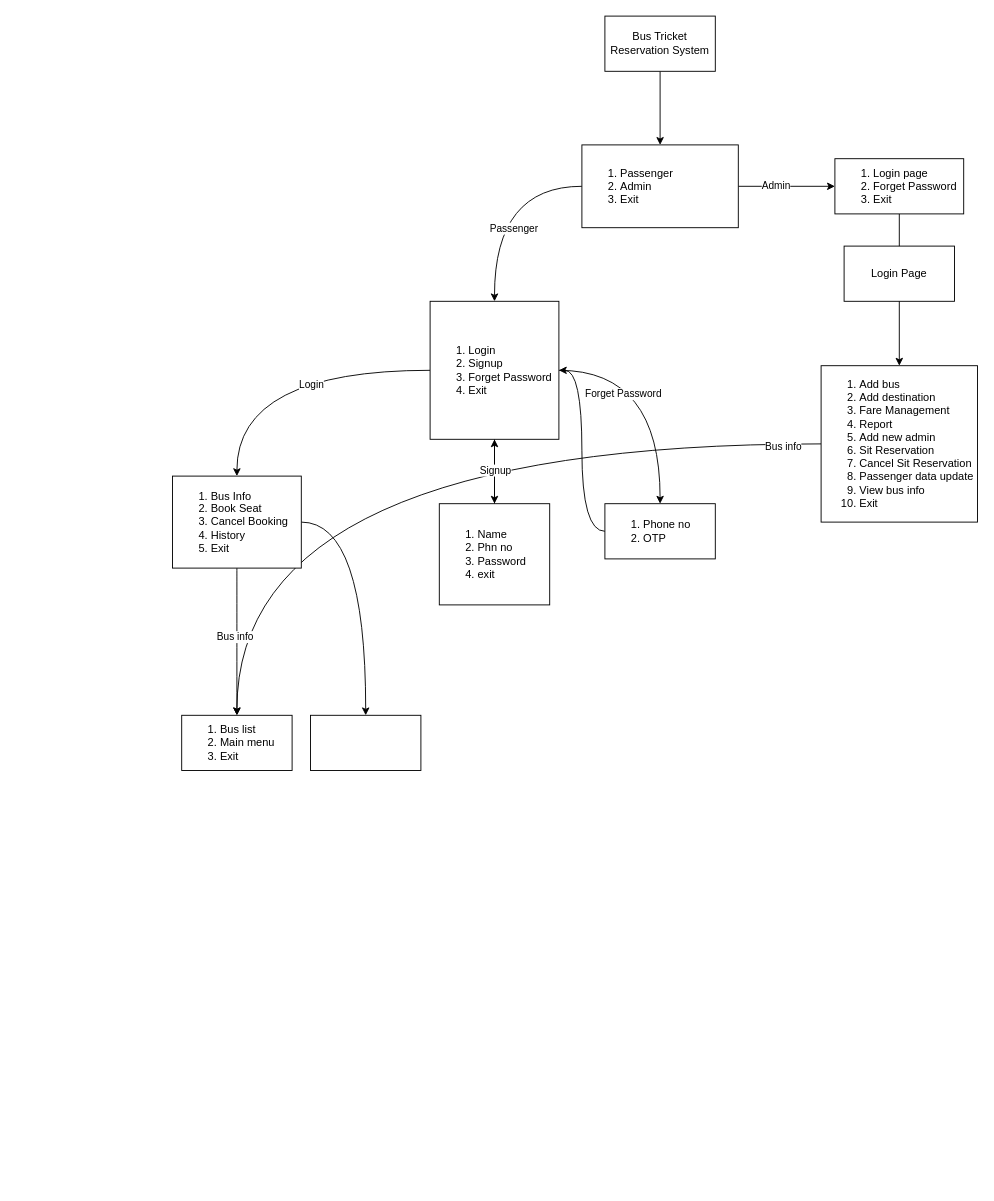
Earlier version of the draw.io diagram Capstone_Project.drawio (chowdhoury/Capstone_Project). Source tidied: cells renumbered, new cells numbered last; positions are measured from the earlier drawing's top-left corner, leaving out a move shared by most shapes. Both pictures are drawn from the tidied source at 92%, with x=0, y=0 at pixel (172, 16).
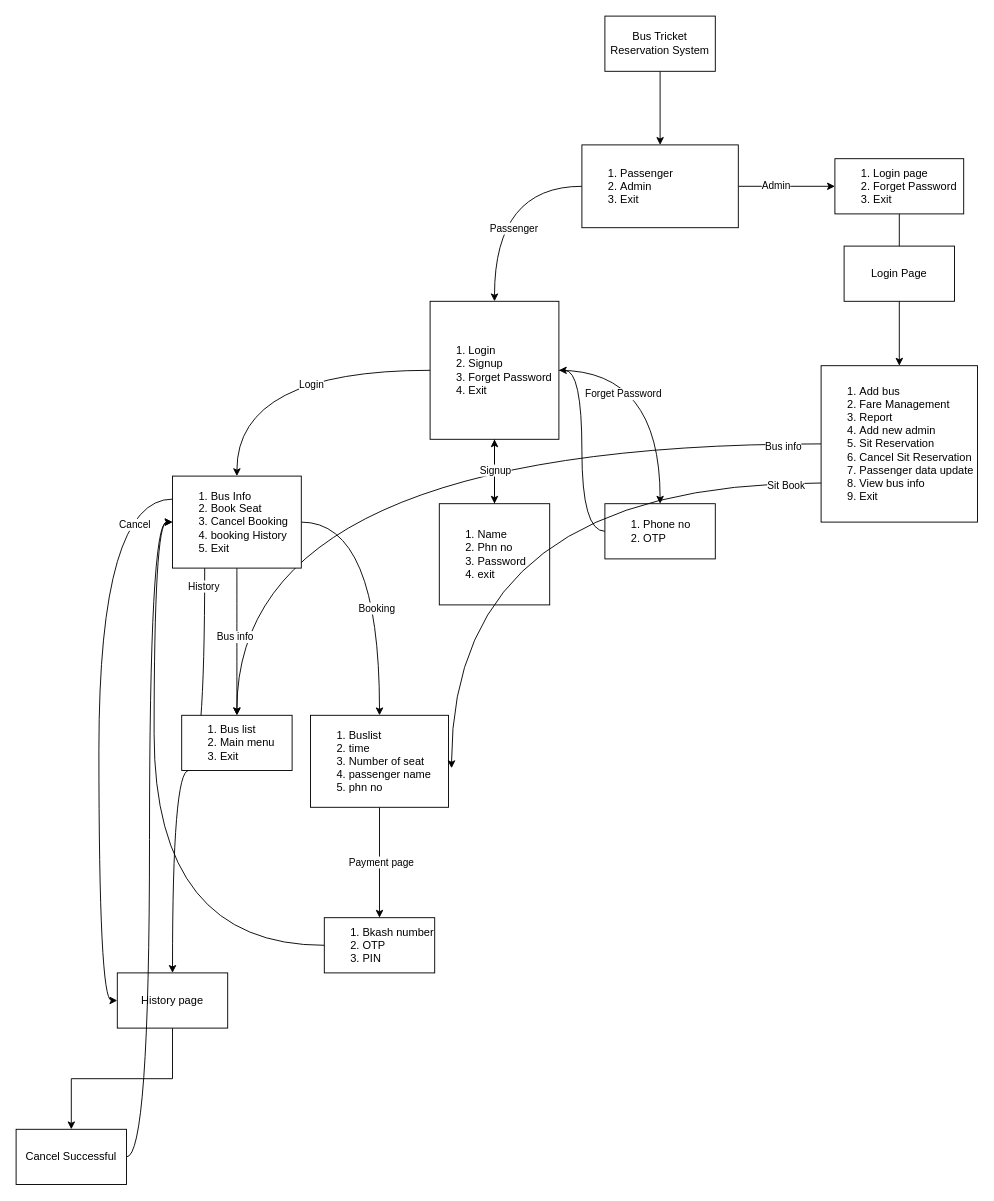
The same page after the edit.

Unchanged cells that the change refers to:
```xml
<mxCell id="23" style="edgeStyle=orthogonalEdgeStyle;rounded=0;jettySize=auto;html=1;curved=1;" parent="1" edge="1" source="24" target="31">
  <mxGeometry relative="1" as="geometry" />
</mxCell>
```

Change to the diagram source:
```diff
@@
-    <mxCell id="17" value="&lt;ol&gt;&lt;li&gt;Add bus&lt;/li&gt;&lt;li&gt;Add destination&lt;/li&gt;&lt;li&gt;Fare Management&lt;/li&gt;&lt;li&gt;Report&lt;/li&gt;&lt;li&gt;Add new admin&lt;/li&gt;&lt;li&gt;Sit Reservation&lt;/li&gt;&lt;li&gt;Cancel Sit Reservation&lt;/li&gt;&lt;li&gt;Passenger data update&lt;/li&gt;&lt;li&gt;View bus info&lt;/li&gt;&lt;li&gt;Exit&lt;/li&gt;&lt;/ol&gt;" style="whiteSpace=wrap;html=1;rounded=0;align=left;" parent="1" vertex="1">
+    <mxCell id="17" value="&lt;ol&gt;&lt;li&gt;Add bus&lt;/li&gt;&lt;li&gt;Fare Management&lt;/li&gt;&lt;li&gt;Report&lt;/li&gt;&lt;li&gt;Add new admin&lt;/li&gt;&lt;li&gt;Sit Reservation&lt;/li&gt;&lt;li&gt;Cancel Sit Reservation&lt;/li&gt;&lt;li&gt;Passenger data update&lt;/li&gt;&lt;li&gt;View bus info&lt;/li&gt;&lt;li&gt;Exit&lt;/li&gt;&lt;/ol&gt;" style="whiteSpace=wrap;html=1;rounded=0;align=left;" parent="1" vertex="1">
       <mxGeometry x="705" y="380" width="170" height="170" as="geometry" />
     </mxCell>
@@
+    <mxCell id="32" value="Booking" style="edgeLabel;html=1;align=center;verticalAlign=middle;" parent="23" vertex="1">
+      <mxGeometry x="0.21" y="-4" relative="1" as="geometry" />
+    </mxCell>
+    <mxCell id="33" style="edgeStyle=orthogonalEdgeStyle;rounded=0;jettySize=auto;html=1;exitX=0.25;exitY=1;exitDx=0;exitDy=0;curved=1;" parent="1" edge="1" source="24" target="44">
+      <mxGeometry relative="1" as="geometry" />
+    </mxCell>
+    <mxCell id="34" value="History" style="edgeLabel;html=1;align=center;verticalAlign=middle;" parent="33" vertex="1">
+      <mxGeometry x="-0.92" y="-1" relative="1" as="geometry" />
+    </mxCell>
+    <mxCell id="35" style="edgeStyle=orthogonalEdgeStyle;rounded=0;jettySize=auto;html=1;exitX=0;exitY=0.25;exitDx=0;exitDy=0;entryX=0;entryY=0.5;entryDx=0;entryDy=0;curved=1;" parent="1" edge="1" source="24" target="44">
+      <mxGeometry relative="1" as="geometry" />
+    </mxCell>
+    <mxCell id="36" value="Cancel" style="edgeLabel;html=1;align=center;verticalAlign=middle;" parent="35" vertex="1">
+      <mxGeometry x="-0.87" y="27" relative="1" as="geometry" />
+    </mxCell>
-    <mxCell id="24" value="&lt;ol&gt;&lt;li&gt;Bus Info&lt;/li&gt;&lt;li&gt;Book Seat&lt;/li&gt;&lt;li&gt;Cancel Booking&lt;/li&gt;&lt;li&gt;History&lt;/li&gt;&lt;li&gt;Exit&lt;/li&gt;&lt;/ol&gt;" style="whiteSpace=wrap;html=1;align=left;rounded=0;" parent="1" vertex="1">
+    <mxCell id="24" value="&lt;ol&gt;&lt;li&gt;Bus Info&lt;/li&gt;&lt;li&gt;Book Seat&lt;/li&gt;&lt;li&gt;Cancel Booking&lt;/li&gt;&lt;li&gt;booking History&lt;/li&gt;&lt;li&gt;Exit&lt;/li&gt;&lt;/ol&gt;" style="whiteSpace=wrap;html=1;align=left;rounded=0;" parent="1" vertex="1">
       <mxGeometry y="500" width="140" height="100" as="geometry" />
     </mxCell>
@@
+    <mxCell id="37" style="edgeStyle=orthogonalEdgeStyle;rounded=0;jettySize=auto;html=1;" parent="1" edge="1" source="31" target="40">
+      <mxGeometry relative="1" as="geometry" />
+    </mxCell>
+    <mxCell id="38" value="Payment page" style="edgeLabel;html=1;align=center;verticalAlign=middle;" parent="37" vertex="1">
+      <mxGeometry x="-0.02" y="1" relative="1" as="geometry" />
+    </mxCell>
-    <mxCell id="31" style="whiteSpace=wrap;html=1;align=left;rounded=0;" parent="1" vertex="1">
-      <mxGeometry x="150" y="760" width="120" height="60" as="geometry" />
+    <mxCell id="31" value="&lt;ol&gt;&lt;li&gt;Buslist&lt;/li&gt;&lt;li&gt;time&lt;/li&gt;&lt;li&gt;Number of seat&lt;/li&gt;&lt;li&gt;passenger name&lt;/li&gt;&lt;li&gt;phn no&lt;/li&gt;&lt;/ol&gt;" style="whiteSpace=wrap;html=1;align=left;rounded=0;" parent="1" vertex="1">
+      <mxGeometry x="150" y="760" width="150" height="100" as="geometry" />
     </mxCell>
+    <mxCell id="39" style="edgeStyle=orthogonalEdgeStyle;rounded=0;jettySize=auto;html=1;entryX=0;entryY=0.5;entryDx=0;entryDy=0;curved=1;" parent="1" edge="1" source="40" target="24">
+      <mxGeometry relative="1" as="geometry" />
+    </mxCell>
+    <mxCell id="40" value="&lt;ol&gt;&lt;li&gt;Bkash number&lt;/li&gt;&lt;li&gt;OTP&lt;/li&gt;&lt;li&gt;PIN&lt;/li&gt;&lt;/ol&gt;" style="whiteSpace=wrap;html=1;align=left;rounded=0;" parent="1" vertex="1">
+      <mxGeometry x="165" y="980" width="120" height="60" as="geometry" />
+    </mxCell>
+    <mxCell id="41" style="edgeStyle=orthogonalEdgeStyle;rounded=0;jettySize=auto;html=1;exitX=0;exitY=0.75;exitDx=0;exitDy=0;entryX=1.022;entryY=0.575;entryDx=0;entryDy=0;entryPerimeter=0;curved=1;" parent="1" edge="1" source="17" target="31">
+      <mxGeometry relative="1" as="geometry" />
+    </mxCell>
+    <mxCell id="42" value="Sit Book" style="edgeLabel;html=1;align=center;verticalAlign=middle;" parent="41" vertex="1">
+      <mxGeometry x="-0.89" y="2" relative="1" as="geometry" />
+    </mxCell>
+    <mxCell id="43" style="edgeStyle=orthogonalEdgeStyle;rounded=0;jettySize=auto;html=1;" parent="1" edge="1" source="44" target="46">
+      <mxGeometry relative="1" as="geometry" />
+    </mxCell>
+    <mxCell id="44" value="History page" style="rounded=0;whiteSpace=wrap;html=1;" parent="1" vertex="1">
+      <mxGeometry x="-60" y="1040" width="120" height="60" as="geometry" />
+    </mxCell>
+    <mxCell id="45" style="edgeStyle=orthogonalEdgeStyle;rounded=0;jettySize=auto;html=1;entryX=0;entryY=0.5;entryDx=0;entryDy=0;curved=1;" parent="1" edge="1" source="46" target="24">
+      <mxGeometry relative="1" as="geometry" />
+    </mxCell>
+    <mxCell id="46" value="Cancel Successful" style="whiteSpace=wrap;html=1;rounded=0;" parent="1" vertex="1">
+      <mxGeometry x="-170" y="1210" width="120" height="60" as="geometry" />
+    </mxCell>
```
